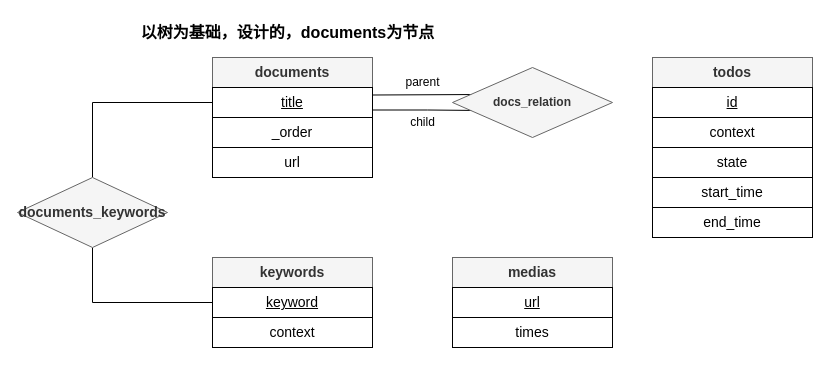
Before: page "E-R" (3 of 3) of Projects/captin/captin.drawio in creatern/NoteBook, a draw.io diagram. Source tidied: cells renumbered, new cells numbered last; positions are measured from the earlier drawing's top-left corner, leaving out a move shared by most shapes. Both pictures are drawn from the tidied source at 100%, with x=0, y=0 at pixel (17, 17).
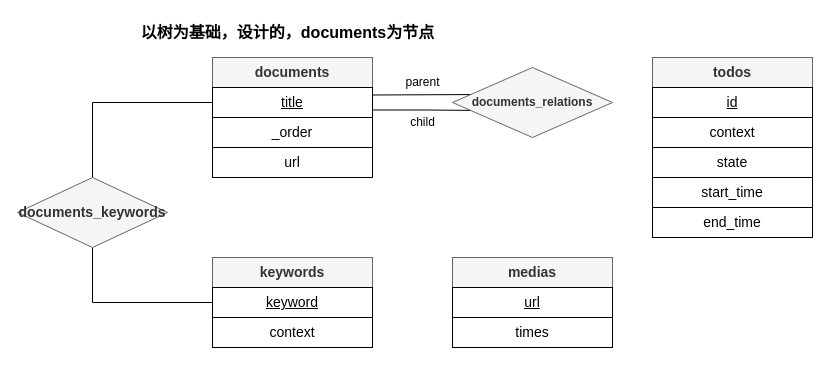
The same diagram, later.

What changed in the source:
```diff
@@
-    <mxCell id="24" value="&lt;b&gt;docs_relation&lt;/b&gt;" style="rhombus;whiteSpace=wrap;html=1;fillColor=#f5f5f5;fontColor=#333333;strokeColor=#666666;" parent="1" vertex="1">
+    <mxCell id="24" value="&lt;b&gt;documents_relations&lt;/b&gt;" style="rhombus;whiteSpace=wrap;html=1;fillColor=#f5f5f5;fontColor=#333333;strokeColor=#666666;" parent="1" vertex="1">
       <mxGeometry x="435" y="50" width="160" height="70" as="geometry" />
     </mxCell>
```
